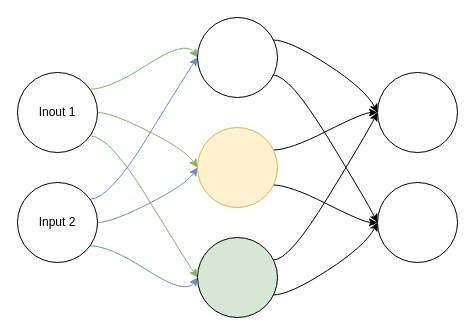
Before: demo/Untitled Diagram.drawio in romanbody/ML, a draw.io diagram. Source tidied: cells renumbered, new cells numbered last; positions are measured from the earlier drawing's top-left corner, leaving out a move shared by most shapes. Both pictures are drawn from the tidied source at 100%, with x=0, y=0 at pixel (17, 17).
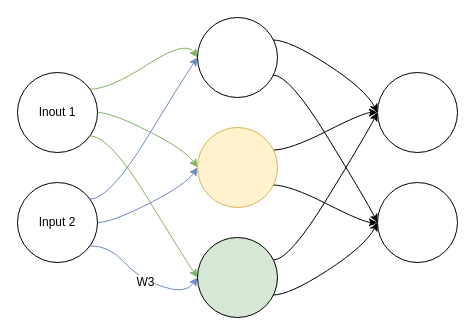
After the change.

Unchanged cells that the change refers to:
```xml
<mxCell id="9" value="Input 2" style="ellipse;whiteSpace=wrap;html=1;" parent="1" vertex="1">
  <mxGeometry y="165" width="80" height="80" as="geometry" />
</mxCell>
<mxCell id="15" style="ellipse;whiteSpace=wrap;html=1;fillColor=#D5E8D4;gradientColor=none;" parent="1" vertex="1">
  <mxGeometry x="180" y="220" width="80" height="80" as="geometry" />
</mxCell>
```

The edit, as a diff of the source:
```diff
@@
     <mxCell id="8" style="edgeStyle=orthogonalEdgeStyle;curved=1;rounded=0;jettySize=auto;html=1;entryX=0;entryY=0.5;entryDx=0;entryDy=0;fillColor=#dae8fc;strokeColor=#6c8ebf;noEdgeStyle=1;orthogonal=1;" parent="1" edge="1" source="9" target="15">
       <mxGeometry relative="1" as="geometry">
         <Array as="points">
           <mxPoint x="92" y="228.3" />
+          <mxPoint x="120" y="260" />
           <mxPoint x="168" y="277.5" />
         </Array>
       </mxGeometry>
     </mxCell>
+    <mxCell id="21" value="W3" style="text;html=1;align=center;verticalAlign=middle;labelBackgroundColor=#ffffff;" parent="8" vertex="1">
+      <mxGeometry x="0.04" y="-2" relative="1" as="geometry" />
+    </mxCell>
```
